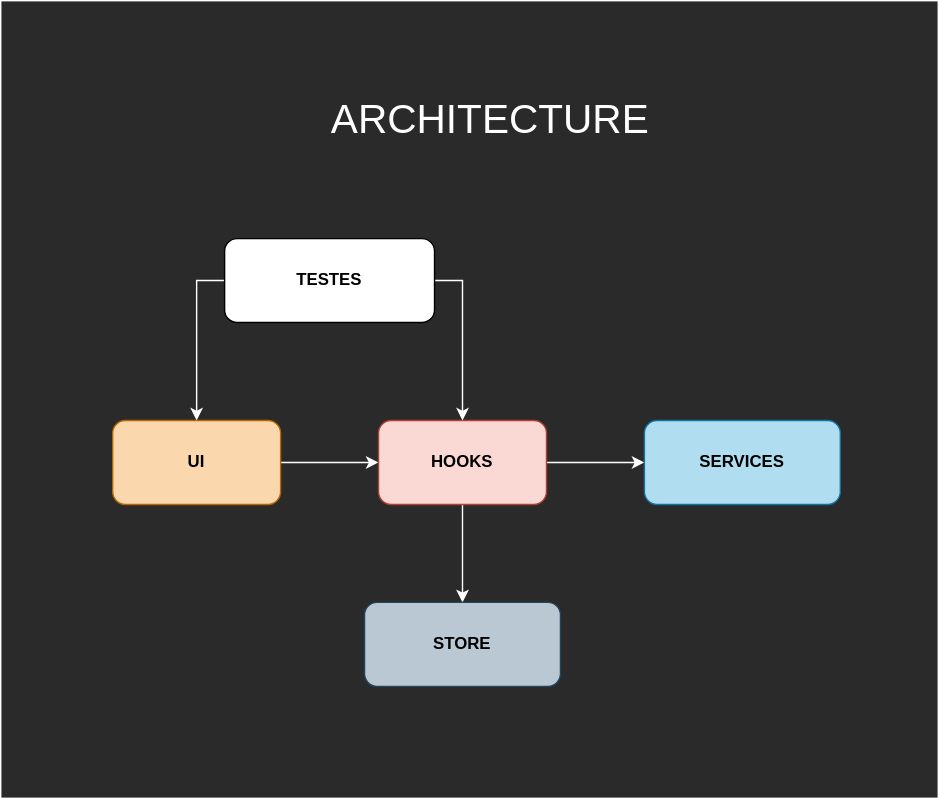
The draw.io diagram informations/architecture.svg in LucaOster/webpack, before a commit. Source tidied: cells renumbered, new cells last; positions are measured from the earlier drawing's top-left corner, leaving out a move shared by most shapes.
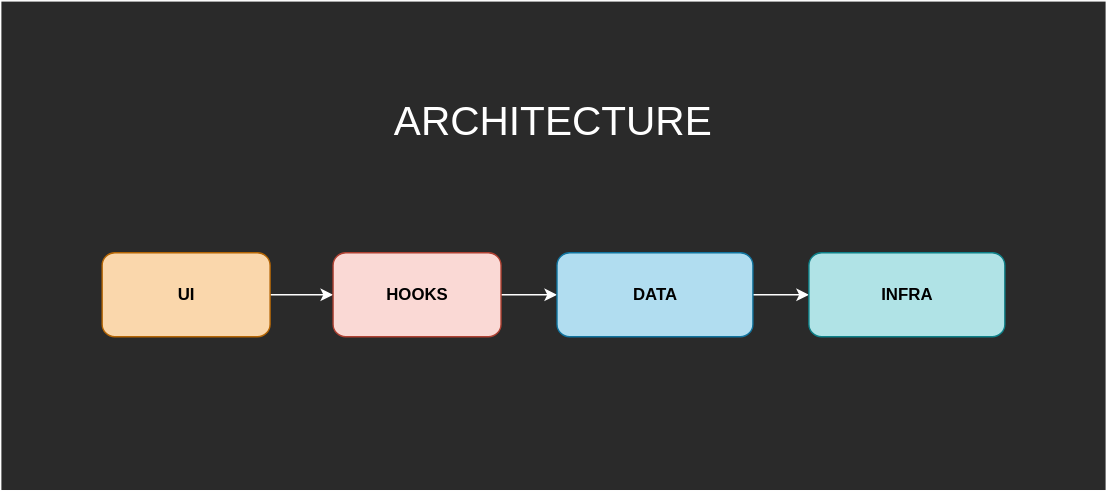
After the commit.

Commit message:
docs: update diagram of architecture

Change to the diagram source:
```diff
@@ -3,46 +3,31 @@
     <mxCell id="0" />
     <mxCell id="1" parent="0" />
     <mxCell id="2" style="rounded=0;whiteSpace=wrap;html=1;fontColor=#000000;strokeColor=#FFFFFF;fillColor=#2a2a2a;" parent="1" vertex="1">
-      <mxGeometry width="670" height="570" as="geometry" />
+      <mxGeometry y="32" width="790" height="350" as="geometry" />
     </mxCell>
     <mxCell id="3" style="edgeStyle=orthogonalEdgeStyle;rounded=0;jettySize=auto;html=1;entryX=0;entryY=0.5;entryDx=0;entryDy=0;fontColor=#000000;strokeColor=#FFFFFF;" parent="1" edge="1" source="4" target="7">
       <mxGeometry relative="1" as="geometry" />
     </mxCell>
     <mxCell id="4" value="UI" style="rounded=1;whiteSpace=wrap;html=1;fillColor=#fad7ac;strokeColor=#b46504;fontColor=#000000;fontStyle=1;" parent="1" vertex="1">
-      <mxGeometry x="80" y="300" width="120" height="60" as="geometry" />
+      <mxGeometry x="72.5" y="212" width="120" height="60" as="geometry" />
     </mxCell>
     <mxCell id="5" style="edgeStyle=orthogonalEdgeStyle;rounded=0;jettySize=auto;html=1;entryX=0;entryY=0.5;entryDx=0;entryDy=0;fontColor=#000000;strokeColor=#FFFFFF;" parent="1" edge="1" source="7" target="9">
       <mxGeometry relative="1" as="geometry" />
     </mxCell>
-    <mxCell id="6" style="edgeStyle=orthogonalEdgeStyle;rounded=0;jettySize=auto;html=1;entryX=0.5;entryY=0;entryDx=0;entryDy=0;fontColor=#000000;strokeColor=#FFFFFF;" parent="1" edge="1" source="7" target="8">
-      <mxGeometry relative="1" as="geometry" />
-    </mxCell>
     <mxCell id="7" value="HOOKS" style="rounded=1;whiteSpace=wrap;html=1;fillColor=#fad9d5;strokeColor=#ae4132;fontColor=#000000;fontStyle=1;" parent="1" vertex="1">
-      <mxGeometry x="270" y="300" width="120" height="60" as="geometry" />
+      <mxGeometry x="237.5" y="212" width="120" height="60" as="geometry" />
     </mxCell>
-    <mxCell id="8" value="STORE" style="rounded=1;whiteSpace=wrap;html=1;fillColor=#bac8d3;strokeColor=#23445d;fontColor=#000000;fontStyle=1;" parent="1" vertex="1">
-      <mxGeometry x="260" y="430" width="140" height="60" as="geometry" />
-    </mxCell>
+    <mxCell id="14" style="edgeStyle=orthogonalEdgeStyle;rounded=0;jettySize=auto;html=1;fontColor=#000000;strokeColor=#FFFFFF;" parent="1" edge="1" source="9" target="15">
+      <mxGeometry relative="1" as="geometry" />
+    </mxCell>
-    <mxCell id="9" value="SERVICES" style="rounded=1;whiteSpace=wrap;html=1;fillColor=#b1ddf0;strokeColor=#10739e;fontColor=#000000;fontStyle=1;" parent="1" vertex="1">
-      <mxGeometry x="460" y="300" width="140" height="60" as="geometry" />
+    <mxCell id="9" value="DATA" style="rounded=1;whiteSpace=wrap;html=1;fillColor=#b1ddf0;strokeColor=#10739e;fontColor=#000000;fontStyle=1;" parent="1" vertex="1">
+      <mxGeometry x="397.5" y="212" width="140" height="60" as="geometry" />
     </mxCell>
-    <mxCell id="10" style="edgeStyle=orthogonalEdgeStyle;rounded=0;jettySize=auto;html=1;fontColor=#000000;strokeColor=#FFFFFF;" parent="1" edge="1" source="12">
-      <mxGeometry relative="1" as="geometry">
-        <mxPoint x="330" y="300" as="targetPoint" />
-      </mxGeometry>
-    </mxCell>
-    <mxCell id="11" style="edgeStyle=orthogonalEdgeStyle;rounded=0;jettySize=auto;html=1;fontColor=#000000;entryX=0.5;entryY=0;entryDx=0;entryDy=0;strokeColor=#FFFFFF;" parent="1" edge="1" source="12" target="4">
-      <mxGeometry relative="1" as="geometry">
-        <Array as="points">
-          <mxPoint x="140" y="200" />
-        </Array>
-      </mxGeometry>
-    </mxCell>
-    <mxCell id="12" value="TESTES" style="rounded=1;whiteSpace=wrap;html=1;fontColor=#000000;fillColor=#FFFFFF;strokeColor=#000000;fontStyle=1;" parent="1" vertex="1">
-      <mxGeometry x="160" y="170" width="150" height="60" as="geometry" />
-    </mxCell>
     <mxCell id="13" value="ARCHITECTURE" style="text;html=1;strokeColor=none;fillColor=none;align=center;verticalAlign=middle;whiteSpace=wrap;rounded=0;shadow=0;glass=0;sketch=0;fontSize=29;fontColor=#FFFFFF;" parent="1" vertex="1">
-      <mxGeometry x="150" y="70" width="400" height="30" as="geometry" />
+      <mxGeometry x="195" y="103" width="400" height="30" as="geometry" />
     </mxCell>
+    <mxCell id="15" value="INFRA" style="rounded=1;whiteSpace=wrap;html=1;fillColor=#b0e3e6;strokeColor=#0e8088;fontStyle=1;fontColor=#000000;" parent="1" vertex="1">
+      <mxGeometry x="577.5" y="212" width="140" height="60" as="geometry" />
+    </mxCell>
   </root>
 </mxGraphModel>
```
